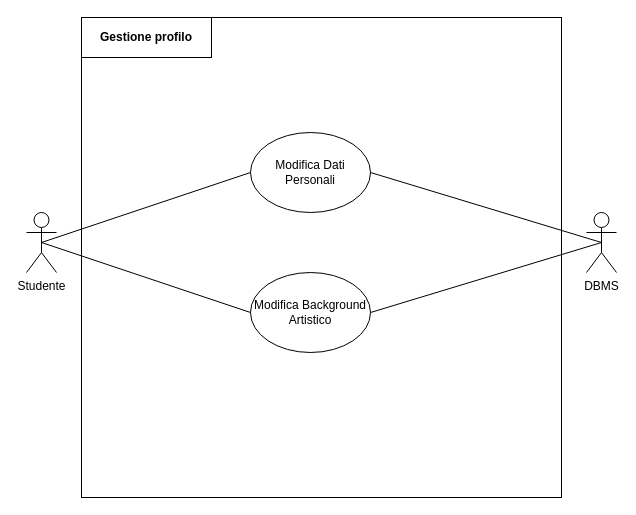
SImone1104/IDS keeps this draw.io diagram as page "Gestione profilo" (5 of 16) of visteD'insiemeDraw/VistaD'insiemeProgetto-2.drawio. Above is the earlier version. Source tidied: cells renumbered, new cells numbered last; positions are measured from the earlier drawing's top-left corner, leaving out a move shared by most shapes. Both pictures are drawn from the tidied source at 100%, with x=0, y=0 at pixel (26, 17).
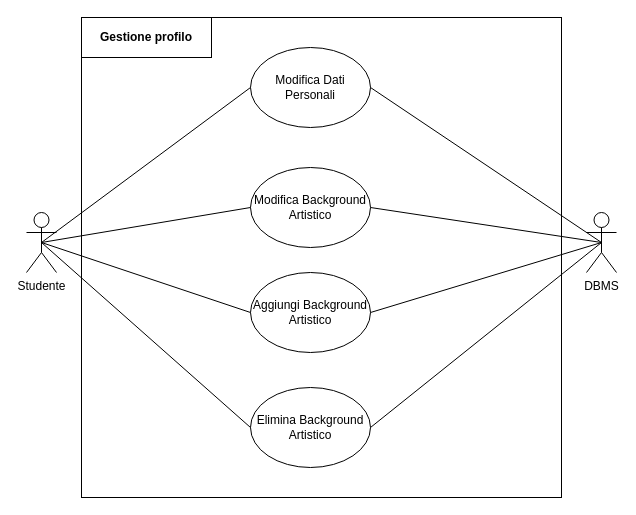
After the change.

Diff of the diagram source:
```diff
@@
 <mxGraphModel>
   <root>
     <mxCell id="0" />
     <mxCell id="1" parent="0" />
     <mxCell id="2" style="rounded=0;jettySize=auto;html=1;exitX=0.5;exitY=0.5;exitDx=0;exitDy=0;exitPerimeter=0;entryX=0;entryY=0.5;entryDx=0;entryDy=0;endArrow=none;endFill=0;" parent="1" edge="1" source="4" target="7">
       <mxGeometry relative="1" as="geometry" />
     </mxCell>
     <mxCell id="3" style="rounded=0;jettySize=auto;html=1;exitX=0.5;exitY=0.5;exitDx=0;exitDy=0;exitPerimeter=0;entryX=0;entryY=0.5;entryDx=0;entryDy=0;endArrow=none;endFill=0;" parent="1" edge="1" source="4" target="10">
       <mxGeometry relative="1" as="geometry" />
     </mxCell>
     <mxCell id="4" value="Studente" style="shape=umlActor;verticalLabelPosition=bottom;verticalAlign=top;html=1;outlineConnect=0;" parent="1" vertex="1">
       <mxGeometry y="195" width="30" height="60" as="geometry" />
     </mxCell>
     <mxCell id="5" style="whiteSpace=wrap;html=1;fillColor=none;" parent="1" vertex="1">
       <mxGeometry x="55" width="480" height="480" as="geometry" />
     </mxCell>
     <mxCell id="6" value="DBMS" style="shape=umlActor;verticalLabelPosition=bottom;verticalAlign=top;html=1;outlineConnect=0;" parent="1" vertex="1">
       <mxGeometry x="560" y="195" width="30" height="60" as="geometry" />
     </mxCell>
     <mxCell id="7" value="Modifica Dati Personali" style="ellipse;whiteSpace=wrap;html=1;fillColor=none;" parent="1" vertex="1">
-      <mxGeometry x="224" y="115" width="120" height="80" as="geometry" />
+      <mxGeometry x="224" y="30" width="120" height="80" as="geometry" />
     </mxCell>
     <mxCell id="8" style="rounded=0;jettySize=auto;html=1;exitX=1;exitY=0.5;exitDx=0;exitDy=0;entryX=0.5;entryY=0.5;entryDx=0;entryDy=0;entryPerimeter=0;endArrow=none;endFill=0;" parent="1" edge="1" source="7" target="6">
       <mxGeometry relative="1" as="geometry" />
     </mxCell>
     <mxCell id="9" value="&lt;b&gt;Gestione profilo&lt;/b&gt;" style="rounded=0;whiteSpace=wrap;html=1;fillColor=none;" parent="1" vertex="1">
       <mxGeometry x="55" width="130" height="40" as="geometry" />
     </mxCell>
     <mxCell id="10" value="Modifica Background Artistico" style="ellipse;whiteSpace=wrap;html=1;fillColor=none;" parent="1" vertex="1">
-      <mxGeometry x="224" y="255" width="120" height="80" as="geometry" />
+      <mxGeometry x="224" y="150" width="120" height="80" as="geometry" />
     </mxCell>
     <mxCell id="11" style="rounded=0;jettySize=auto;html=1;exitX=1;exitY=0.5;exitDx=0;exitDy=0;entryX=0.5;entryY=0.5;entryDx=0;entryDy=0;entryPerimeter=0;endArrow=none;endFill=0;" parent="1" edge="1" source="10" target="6">
       <mxGeometry relative="1" as="geometry" />
     </mxCell>
+    <mxCell id="12" value="Aggiungi Background Artistico" style="ellipse;whiteSpace=wrap;html=1;fillColor=none;" parent="1" vertex="1">
+      <mxGeometry x="224" y="255" width="120" height="80" as="geometry" />
+    </mxCell>
+    <mxCell id="13" value="Elimina Background Artistico" style="ellipse;whiteSpace=wrap;html=1;fillColor=none;" parent="1" vertex="1">
+      <mxGeometry x="224" y="370" width="120" height="80" as="geometry" />
+    </mxCell>
+    <mxCell id="14" style="rounded=0;jettySize=auto;html=1;exitX=0.5;exitY=0.5;exitDx=0;exitDy=0;exitPerimeter=0;entryX=0;entryY=0.5;entryDx=0;entryDy=0;endArrow=none;endFill=0;" parent="1" edge="1" source="4" target="12">
+      <mxGeometry relative="1" as="geometry" />
+    </mxCell>
+    <mxCell id="15" style="rounded=0;jettySize=auto;html=1;exitX=1;exitY=0.5;exitDx=0;exitDy=0;entryX=0.5;entryY=0.5;entryDx=0;entryDy=0;endArrow=none;endFill=0;entryPerimeter=0;" parent="1" edge="1" source="12" target="6">
+      <mxGeometry relative="1" as="geometry" />
+    </mxCell>
+    <mxCell id="16" style="rounded=0;jettySize=auto;html=1;exitX=0.5;exitY=0.5;exitDx=0;exitDy=0;entryX=0;entryY=0.5;entryDx=0;entryDy=0;endArrow=none;endFill=0;exitPerimeter=0;" parent="1" edge="1" source="4" target="13">
+      <mxGeometry relative="1" as="geometry" />
+    </mxCell>
+    <mxCell id="17" style="rounded=0;jettySize=auto;html=1;exitX=1;exitY=0.5;exitDx=0;exitDy=0;entryX=0.5;entryY=0.5;entryDx=0;entryDy=0;endArrow=none;endFill=0;entryPerimeter=0;" parent="1" edge="1" source="13" target="6">
+      <mxGeometry relative="1" as="geometry" />
+    </mxCell>
   </root>
 </mxGraphModel>
```
